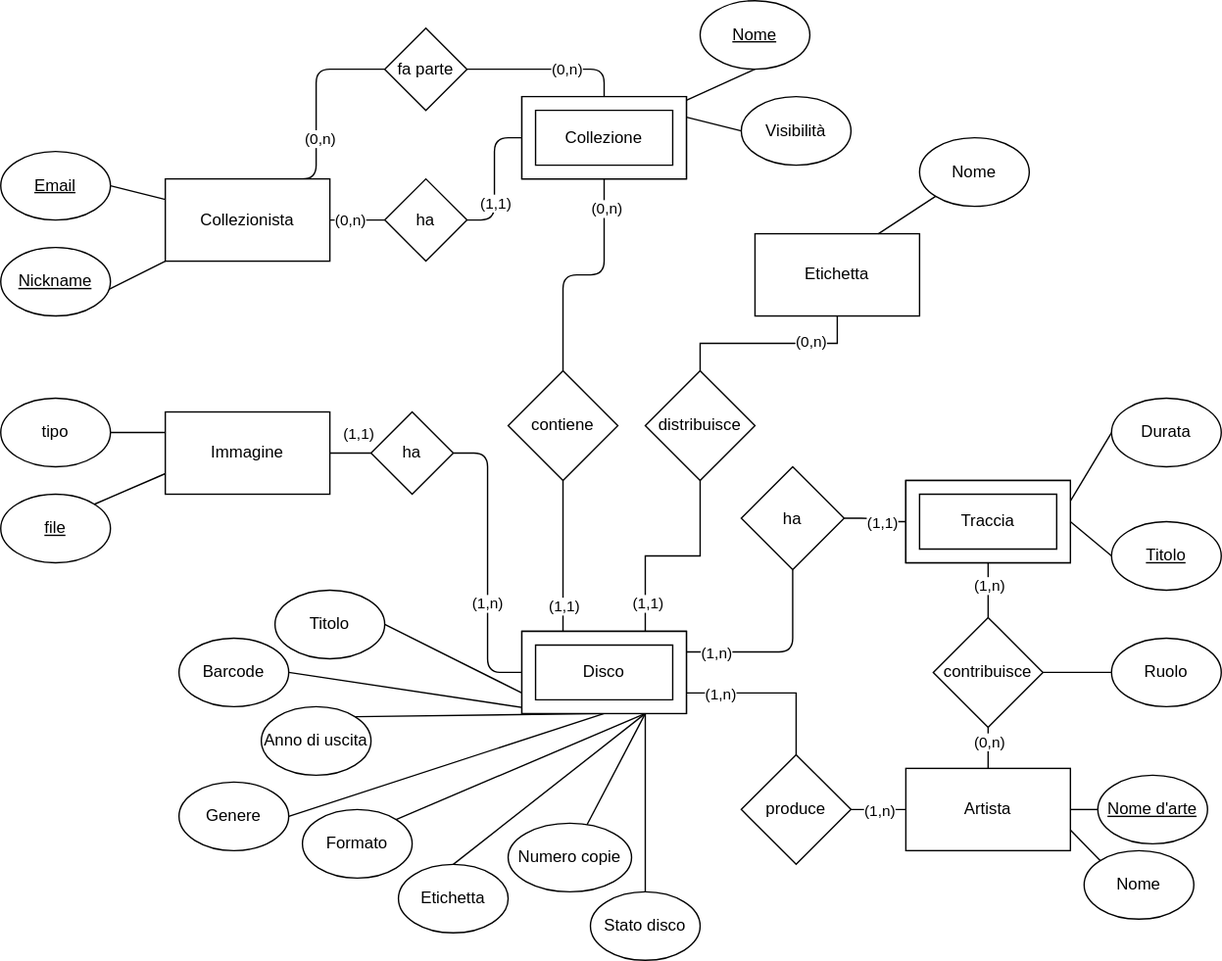
The draw.io diagram submission/conceptual-er.drawio.svg in Specy/uni-bd-collectors, before a commit. Source tidied: cells renumbered, new cells last; positions are measured from the earlier drawing's top-left corner, leaving out a move shared by most shapes.
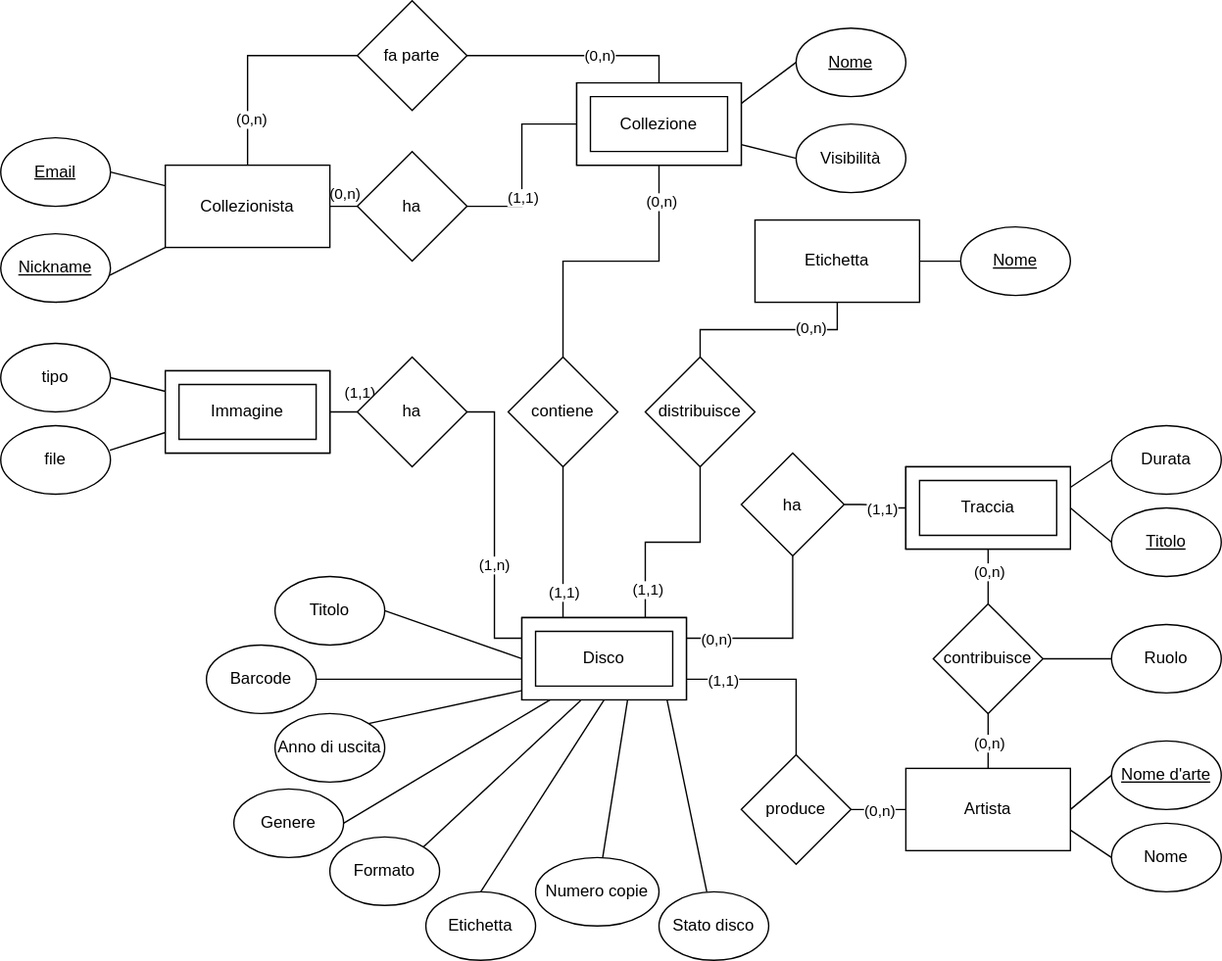
The same file after the commit.

The edit, as a diff of the source:
```diff
@@ -4,3 +4,3 @@
     <mxCell id="1" parent="0" />
-    <mxCell id="2" style="edgeStyle=orthogonalEdgeStyle;jettySize=auto;html=1;exitX=1;exitY=0.5;exitDx=0;exitDy=0;endArrow=none;endFill=0;" parent="1" edge="1" source="6" target="52">
+    <mxCell id="2" style="edgeStyle=orthogonalEdgeStyle;jettySize=auto;html=1;exitX=1;exitY=0.5;exitDx=0;exitDy=0;endArrow=none;endFill=0;rounded=0;" parent="1" edge="1" source="6" target="52">
       <mxGeometry relative="1" as="geometry" />
@@ -8,8 +8,11 @@
     <mxCell id="3" value="(0,n)" style="edgeLabel;html=1;align=center;verticalAlign=middle;" parent="2" vertex="1">
-      <mxGeometry x="-0.29" y="1" relative="1" as="geometry" />
+      <mxGeometry x="-0.29" y="1" relative="1" as="geometry">
+        <mxPoint x="-9" y="-11" as="offset" />
+      </mxGeometry>
     </mxCell>
-    <mxCell id="4" style="edgeStyle=orthogonalEdgeStyle;jettySize=auto;html=1;exitX=0.75;exitY=0;exitDx=0;exitDy=0;entryX=0;entryY=0.5;entryDx=0;entryDy=0;shadow=0;fillOpacity=100;strokeOpacity=100;flowAnimation=0;noJump=0;enumerate=0;comic=0;backgroundOutline=0;endArrow=none;endFill=0;" parent="1" edge="1" source="6" target="55">
+    <mxCell id="4" style="edgeStyle=orthogonalEdgeStyle;jettySize=auto;html=1;exitX=0.75;exitY=0;exitDx=0;exitDy=0;entryX=0;entryY=0.5;entryDx=0;entryDy=0;shadow=0;fillOpacity=100;strokeOpacity=100;flowAnimation=0;noJump=0;enumerate=0;comic=0;backgroundOutline=0;endArrow=none;endFill=0;rounded=0;" parent="1" edge="1" source="6" target="55">
       <mxGeometry relative="1" as="geometry">
         <Array as="points">
-          <mxPoint x="230" y="50" />
+          <mxPoint x="180" y="130" />
+          <mxPoint x="180" y="50" />
         </Array>
@@ -35,3 +38,3 @@
     </mxCell>
-    <mxCell id="11" style="rounded=0;jettySize=auto;html=1;exitX=0.5;exitY=1;exitDx=0;exitDy=0;endArrow=none;endFill=0;" parent="1" edge="1" source="12" target="15">
+    <mxCell id="11" style="rounded=0;jettySize=auto;html=1;exitX=0;exitY=0.5;exitDx=0;exitDy=0;endArrow=none;endFill=0;entryX=0;entryY=0;entryDx=119.99999999999999;entryDy=14.999999999999998;entryPerimeter=0;" parent="1" edge="1" source="12" target="79">
       <mxGeometry relative="1" as="geometry" />
@@ -39,5 +42,5 @@
     <mxCell id="12" value="&lt;u&gt;Nome&lt;/u&gt;" style="ellipse;whiteSpace=wrap;html=1;rounded=0;" parent="1" vertex="1">
-      <mxGeometry x="510" width="80" height="50" as="geometry" />
+      <mxGeometry x="580" y="30" width="80" height="50" as="geometry" />
     </mxCell>
-    <mxCell id="13" style="edgeStyle=orthogonalEdgeStyle;jettySize=auto;html=1;exitX=0.5;exitY=1;exitDx=0;exitDy=0;entryX=0.5;entryY=0;entryDx=0;entryDy=0;endArrow=none;endFill=0;" parent="1" edge="1" source="15" target="49">
+    <mxCell id="13" style="edgeStyle=orthogonalEdgeStyle;jettySize=auto;html=1;exitX=0.5;exitY=1;exitDx=0;exitDy=0;entryX=0.5;entryY=0;entryDx=0;entryDy=0;endArrow=none;endFill=0;rounded=0;" parent="1" edge="1" source="15" target="49">
       <mxGeometry relative="1" as="geometry" />
@@ -48,29 +51,29 @@
     <mxCell id="15" value="Collezione" style="rounded=0;whiteSpace=wrap;html=1;" parent="1" vertex="1">
-      <mxGeometry x="380" y="70" width="120" height="60" as="geometry" />
+      <mxGeometry x="420" y="70" width="120" height="60" as="geometry" />
     </mxCell>
     <mxCell id="16" value="Immagine" style="rounded=0;whiteSpace=wrap;html=1;" parent="1" vertex="1">
-      <mxGeometry x="120" y="300" width="120" height="60" as="geometry" />
+      <mxGeometry x="120" y="280" width="120" height="60" as="geometry" />
     </mxCell>
-    <mxCell id="17" style="jettySize=auto;html=1;endArrow=none;endFill=0;exitX=0.75;exitY=1;exitDx=0;exitDy=0;" parent="1" edge="1" source="27" target="36">
+    <mxCell id="17" style="jettySize=auto;html=1;endArrow=none;endFill=0;exitX=0.881;exitY=0.987;exitDx=0;exitDy=0;exitPerimeter=0;" parent="1" edge="1" source="82" target="36">
       <mxGeometry relative="1" as="geometry" />
     </mxCell>
-    <mxCell id="18" style="jettySize=auto;html=1;exitX=0.5;exitY=1;exitDx=0;exitDy=0;entryX=1;entryY=0;entryDx=0;entryDy=0;endArrow=none;endFill=0;" parent="1" edge="1" source="27" target="35">
+    <mxCell id="18" style="jettySize=auto;html=1;exitX=0.01;exitY=0.883;exitDx=0;exitDy=0;entryX=1;entryY=0;entryDx=0;entryDy=0;endArrow=none;endFill=0;exitPerimeter=0;" parent="1" edge="1" source="82" target="35">
       <mxGeometry relative="1" as="geometry" />
     </mxCell>
-    <mxCell id="19" style="jettySize=auto;html=1;exitX=0.25;exitY=1;exitDx=0;exitDy=0;entryX=1;entryY=0.5;entryDx=0;entryDy=0;endArrow=none;endFill=0;" parent="1" edge="1" source="27" target="34">
+    <mxCell id="19" style="jettySize=auto;html=1;exitX=0;exitY=0;exitDx=0;exitDy=45;entryX=1;entryY=0.5;entryDx=0;entryDy=0;endArrow=none;endFill=0;exitPerimeter=0;" parent="1" edge="1" source="82" target="34">
       <mxGeometry relative="1" as="geometry" />
     </mxCell>
-    <mxCell id="20" style="jettySize=auto;html=1;exitX=0.5;exitY=1;exitDx=0;exitDy=0;entryX=1;entryY=0.5;entryDx=0;entryDy=0;endArrow=none;endFill=0;" parent="1" edge="1" source="27" target="31">
+    <mxCell id="20" style="jettySize=auto;html=1;exitX=0.197;exitY=0.969;exitDx=0;exitDy=0;entryX=1;entryY=0.5;entryDx=0;entryDy=0;endArrow=none;endFill=0;exitPerimeter=0;" parent="1" edge="1" source="82" target="31">
       <mxGeometry relative="1" as="geometry" />
     </mxCell>
-    <mxCell id="21" style="jettySize=auto;html=1;exitX=0.75;exitY=1;exitDx=0;exitDy=0;entryX=1;entryY=0;entryDx=0;entryDy=0;endArrow=none;endFill=0;" parent="1" edge="1" source="27" target="32">
+    <mxCell id="21" style="jettySize=auto;html=1;exitX=0.358;exitY=1.006;exitDx=0;exitDy=0;entryX=1;entryY=0;entryDx=0;entryDy=0;endArrow=none;endFill=0;exitPerimeter=0;" parent="1" edge="1" source="82" target="32">
       <mxGeometry relative="1" as="geometry" />
     </mxCell>
-    <mxCell id="22" style="jettySize=auto;html=1;exitX=0;exitY=0.75;exitDx=0;exitDy=0;entryX=1;entryY=0.5;entryDx=0;entryDy=0;endArrow=none;endFill=0;" parent="1" edge="1" source="27" target="33">
+    <mxCell id="22" style="jettySize=auto;html=1;exitX=0;exitY=0.5;exitDx=0;exitDy=0;entryX=1;entryY=0.5;entryDx=0;entryDy=0;endArrow=none;endFill=0;exitPerimeter=0;" parent="1" edge="1" source="82" target="33">
       <mxGeometry relative="1" as="geometry" />
     </mxCell>
-    <mxCell id="23" style="edgeStyle=orthogonalEdgeStyle;jettySize=auto;html=1;exitX=0;exitY=0;exitDx=120;exitDy=15;endArrow=none;endFill=0;exitPerimeter=0;" parent="1" edge="1" source="82" target="46">
+    <mxCell id="23" style="edgeStyle=orthogonalEdgeStyle;jettySize=auto;html=1;exitX=0;exitY=0;exitDx=120;exitDy=15;endArrow=none;endFill=0;exitPerimeter=0;rounded=0;" parent="1" edge="1" source="82" target="46">
       <mxGeometry relative="1" as="geometry" />
     </mxCell>
-    <mxCell id="24" value="(1,n)" style="edgeLabel;html=1;align=center;verticalAlign=middle;" parent="23" vertex="1">
+    <mxCell id="24" value="(0,n)" style="edgeLabel;html=1;align=center;verticalAlign=middle;" parent="23" vertex="1">
       <mxGeometry x="-0.69" relative="1" as="geometry" />
@@ -80,3 +83,3 @@
     </mxCell>
-    <mxCell id="26" value="(1,n)" style="edgeLabel;html=1;align=center;verticalAlign=middle;" parent="25" vertex="1">
+    <mxCell id="26" value="(1,1)" style="edgeLabel;html=1;align=center;verticalAlign=middle;" parent="25" vertex="1">
       <mxGeometry x="-0.61" relative="1" as="geometry" />
@@ -89,3 +92,3 @@
     </mxCell>
-    <mxCell id="29" value="(1,n)" style="edgeLabel;html=1;align=center;verticalAlign=middle;" parent="28" vertex="1">
+    <mxCell id="29" value="(0,n)" style="edgeLabel;html=1;align=center;verticalAlign=middle;" parent="28" vertex="1">
       <mxGeometry x="-0.2" relative="1" as="geometry" />
@@ -96,6 +99,6 @@
     <mxCell id="31" value="Genere" style="ellipse;whiteSpace=wrap;html=1;rounded=0;" parent="1" vertex="1">
-      <mxGeometry x="130" y="570" width="80" height="50" as="geometry" />
+      <mxGeometry x="170" y="585" width="80" height="50" as="geometry" />
     </mxCell>
     <mxCell id="32" value="Formato" style="ellipse;whiteSpace=wrap;html=1;rounded=0;" parent="1" vertex="1">
-      <mxGeometry x="220" y="590" width="80" height="50" as="geometry" />
+      <mxGeometry x="240" y="620" width="80" height="50" as="geometry" />
     </mxCell>
@@ -105,11 +108,11 @@
     <mxCell id="34" value="Barcode" style="ellipse;whiteSpace=wrap;html=1;rounded=0;" parent="1" vertex="1">
-      <mxGeometry x="130" y="465" width="80" height="50" as="geometry" />
+      <mxGeometry x="150" y="480" width="80" height="50" as="geometry" />
     </mxCell>
     <mxCell id="35" value="Anno di uscita" style="ellipse;whiteSpace=wrap;html=1;rounded=0;" parent="1" vertex="1">
-      <mxGeometry x="190" y="515" width="80" height="50" as="geometry" />
+      <mxGeometry x="200" y="530" width="80" height="50" as="geometry" />
     </mxCell>
     <mxCell id="36" value="Stato disco" style="ellipse;whiteSpace=wrap;html=1;rounded=0;" parent="1" vertex="1">
-      <mxGeometry x="430" y="650" width="80" height="50" as="geometry" />
+      <mxGeometry x="480" y="660" width="80" height="50" as="geometry" />
     </mxCell>
-    <mxCell id="37" style="jettySize=auto;html=1;exitX=0.75;exitY=1;exitDx=0;exitDy=0;entryX=0.5;entryY=0;entryDx=0;entryDy=0;endArrow=none;endFill=0;" parent="1" edge="1" source="27" target="38">
+    <mxCell id="37" style="jettySize=auto;html=1;exitX=0.5;exitY=1;exitDx=0;exitDy=0;entryX=0.5;entryY=0;entryDx=0;entryDy=0;endArrow=none;endFill=0;exitPerimeter=0;" parent="1" edge="1" source="82" target="38">
       <mxGeometry relative="1" as="geometry" />
@@ -117,5 +120,5 @@
     <mxCell id="38" value="Etichetta" style="ellipse;whiteSpace=wrap;html=1;rounded=0;" parent="1" vertex="1">
-      <mxGeometry x="290" y="630" width="80" height="50" as="geometry" />
+      <mxGeometry x="310" y="660" width="80" height="50" as="geometry" />
     </mxCell>
-    <mxCell id="39" style="edgeStyle=orthogonalEdgeStyle;jettySize=auto;html=1;exitX=1;exitY=0.5;exitDx=0;exitDy=0;entryX=0;entryY=0.5;entryDx=0;entryDy=0;endArrow=none;endFill=0;" parent="1" edge="1" source="43" target="27">
+    <mxCell id="39" style="edgeStyle=orthogonalEdgeStyle;jettySize=auto;html=1;exitX=1;exitY=0.5;exitDx=0;exitDy=0;entryX=0;entryY=0;entryDx=0;entryDy=15;endArrow=none;endFill=0;rounded=0;entryPerimeter=0;" parent="1" edge="1" source="43" target="82">
       <mxGeometry relative="1" as="geometry" />
@@ -136,3 +139,3 @@
     <mxCell id="43" value="ha" style="rhombus;whiteSpace=wrap;html=1;" parent="1" vertex="1">
-      <mxGeometry x="270" y="300" width="60" height="60" as="geometry" />
+      <mxGeometry x="260" y="270" width="80" height="80" as="geometry" />
     </mxCell>
@@ -160,3 +163,3 @@
     </mxCell>
-    <mxCell id="50" style="edgeStyle=orthogonalEdgeStyle;jettySize=auto;html=1;exitX=1;exitY=0.5;exitDx=0;exitDy=0;entryX=0;entryY=0.5;entryDx=0;entryDy=0;endArrow=none;endFill=0;" parent="1" edge="1" source="52" target="15">
+    <mxCell id="50" style="edgeStyle=orthogonalEdgeStyle;jettySize=auto;html=1;exitX=1;exitY=0.5;exitDx=0;exitDy=0;entryX=0;entryY=0.5;entryDx=0;entryDy=0;endArrow=none;endFill=0;rounded=0;" parent="1" edge="1" source="52" target="15">
       <mxGeometry relative="1" as="geometry" />
@@ -167,5 +170,5 @@
     <mxCell id="52" value="ha" style="rhombus;whiteSpace=wrap;html=1;" parent="1" vertex="1">
-      <mxGeometry x="280" y="130" width="60" height="60" as="geometry" />
+      <mxGeometry x="260" y="120" width="80" height="80" as="geometry" />
     </mxCell>
-    <mxCell id="53" style="edgeStyle=orthogonalEdgeStyle;jettySize=auto;html=1;exitX=0.5;exitY=0;exitDx=0;exitDy=0;entryX=1;entryY=0.5;entryDx=0;entryDy=0;endArrow=none;endFill=0;" parent="1" edge="1" source="15" target="55">
+    <mxCell id="53" style="edgeStyle=orthogonalEdgeStyle;jettySize=auto;html=1;exitX=0.5;exitY=0;exitDx=0;exitDy=0;entryX=1;entryY=0.5;entryDx=0;entryDy=0;endArrow=none;endFill=0;rounded=0;" parent="1" edge="1" source="15" target="55">
       <mxGeometry relative="1" as="geometry" />
@@ -176,8 +179,8 @@
     <mxCell id="55" value="fa parte" style="rhombus;whiteSpace=wrap;html=1;" parent="1" vertex="1">
-      <mxGeometry x="280" y="20" width="60" height="60" as="geometry" />
+      <mxGeometry x="260" y="10" width="80" height="80" as="geometry" />
     </mxCell>
     <mxCell id="56" value="Visibilità" style="ellipse;whiteSpace=wrap;html=1;rounded=0;" parent="1" vertex="1">
-      <mxGeometry x="540" y="70" width="80" height="50" as="geometry" />
+      <mxGeometry x="580" y="100" width="80" height="50" as="geometry" />
     </mxCell>
-    <mxCell id="57" style="rounded=0;jettySize=auto;html=1;exitX=0;exitY=0.5;exitDx=0;exitDy=0;endArrow=none;endFill=0;entryX=1;entryY=0.25;entryDx=0;entryDy=0;" parent="1" edge="1" source="56" target="15">
+    <mxCell id="57" style="rounded=0;jettySize=auto;html=1;exitX=0;exitY=0.5;exitDx=0;exitDy=0;endArrow=none;endFill=0;entryX=0;entryY=0;entryDx=119.99999999999999;entryDy=44.99999999999999;entryPerimeter=0;" parent="1" edge="1" source="56" target="79">
       <mxGeometry relative="1" as="geometry" />
@@ -185,5 +188,5 @@
     <mxCell id="58" value="Numero copie" style="ellipse;whiteSpace=wrap;html=1;rounded=0;" parent="1" vertex="1">
-      <mxGeometry x="370" y="600" width="90" height="50" as="geometry" />
+      <mxGeometry x="390" y="635" width="90" height="50" as="geometry" />
     </mxCell>
-    <mxCell id="59" style="jettySize=auto;html=1;exitX=0.75;exitY=1;exitDx=0;exitDy=0;endArrow=none;endFill=0;" parent="1" edge="1" source="27" target="58">
+    <mxCell id="59" style="jettySize=auto;html=1;exitX=0.642;exitY=1.006;exitDx=0;exitDy=0;endArrow=none;endFill=0;exitPerimeter=0;" parent="1" edge="1" source="82" target="58">
       <mxGeometry relative="1" as="geometry" />
@@ -191,3 +194,3 @@
     <mxCell id="60" value="tipo" style="ellipse;whiteSpace=wrap;html=1;rounded=0;" parent="1" vertex="1">
-      <mxGeometry y="290" width="80" height="50" as="geometry" />
+      <mxGeometry y="260" width="80" height="50" as="geometry" />
     </mxCell>
@@ -196,6 +199,6 @@
     </mxCell>
-    <mxCell id="62" value="&lt;u style=&quot;&quot;&gt;file&lt;/u&gt;" style="ellipse;whiteSpace=wrap;html=1;rounded=0;" parent="1" vertex="1">
-      <mxGeometry y="360" width="80" height="50" as="geometry" />
+    <mxCell id="62" value="file" style="ellipse;whiteSpace=wrap;html=1;rounded=0;" parent="1" vertex="1">
+      <mxGeometry y="320" width="80" height="50" as="geometry" />
     </mxCell>
-    <mxCell id="63" style="jettySize=auto;html=1;exitX=0;exitY=0.75;exitDx=0;exitDy=0;entryX=1;entryY=0;entryDx=0;entryDy=0;endArrow=none;endFill=0;" parent="1" edge="1" source="16" target="62">
+    <mxCell id="63" style="jettySize=auto;html=1;exitX=0;exitY=0.75;exitDx=0;exitDy=0;entryX=0.995;entryY=0.358;entryDx=0;entryDy=0;endArrow=none;endFill=0;entryPerimeter=0;" parent="1" edge="1" source="16" target="62">
       <mxGeometry relative="1" as="geometry" />
@@ -203,3 +206,3 @@
     <mxCell id="64" value="Durata" style="ellipse;whiteSpace=wrap;html=1;rounded=0;" parent="1" vertex="1">
-      <mxGeometry x="810" y="290" width="80" height="50" as="geometry" />
+      <mxGeometry x="810" y="320" width="80" height="50" as="geometry" />
     </mxCell>
@@ -215,3 +218,3 @@
     <mxCell id="68" value="Artista" style="rounded=0;whiteSpace=wrap;html=1;" parent="1" vertex="1">
-      <mxGeometry x="660" y="560" width="120" height="60" as="geometry" />
+      <mxGeometry x="660" y="570" width="120" height="60" as="geometry" />
     </mxCell>
@@ -235,5 +238,5 @@
     <mxCell id="74" value="&lt;u&gt;Nome d'arte&lt;/u&gt;" style="ellipse;whiteSpace=wrap;html=1;rounded=0;" parent="1" vertex="1">
-      <mxGeometry x="800" y="565" width="80" height="50" as="geometry" />
+      <mxGeometry x="810" y="550" width="80" height="50" as="geometry" />
     </mxCell>
-    <mxCell id="75" style="jettySize=auto;html=1;exitX=1;exitY=0.75;exitDx=0;exitDy=0;endArrow=none;endFill=0;entryX=0;entryY=0;entryDx=0;entryDy=0;" parent="1" edge="1" source="68" target="80">
+    <mxCell id="75" style="jettySize=auto;html=1;exitX=1;exitY=0.75;exitDx=0;exitDy=0;endArrow=none;endFill=0;entryX=0;entryY=0.5;entryDx=0;entryDy=0;" parent="1" edge="1" source="68" target="80">
       <mxGeometry relative="1" as="geometry" />
@@ -243,3 +246,3 @@
     </mxCell>
-    <mxCell id="77" value="(1,n)" style="edgeLabel;html=1;align=center;verticalAlign=middle;" parent="76" vertex="1">
+    <mxCell id="77" value="(0,n)" style="edgeLabel;html=1;align=center;verticalAlign=middle;" parent="76" vertex="1">
       <mxGeometry x="0.22" relative="1" as="geometry">
@@ -249,9 +252,9 @@
     <mxCell id="78" value="produce" style="rhombus;whiteSpace=wrap;html=1;rounded=0;" parent="1" vertex="1">
-      <mxGeometry x="540" y="550" width="80" height="80" as="geometry" />
+      <mxGeometry x="540" y="560" width="80" height="80" as="geometry" />
     </mxCell>
     <mxCell id="79" style="verticalLabelPosition=bottom;verticalAlign=top;html=1;shape=mxgraph.basic.frame;dx=10;whiteSpace=wrap;" parent="1" vertex="1">
-      <mxGeometry x="380" y="70" width="120" height="60" as="geometry" />
+      <mxGeometry x="420" y="70" width="120" height="60" as="geometry" />
     </mxCell>
     <mxCell id="80" value="Nome" style="ellipse;whiteSpace=wrap;html=1;rounded=0;" parent="1" vertex="1">
-      <mxGeometry x="790" y="620" width="80" height="50" as="geometry" />
+      <mxGeometry x="810" y="610" width="80" height="50" as="geometry" />
     </mxCell>
@@ -275,6 +278,6 @@
     </mxCell>
-    <mxCell id="87" value="Nome" style="ellipse;whiteSpace=wrap;html=1;rounded=0;" parent="1" vertex="1">
-      <mxGeometry x="670" y="100" width="80" height="50" as="geometry" />
+    <mxCell id="87" value="&lt;u&gt;Nome&lt;/u&gt;" style="ellipse;whiteSpace=wrap;html=1;rounded=0;" parent="1" vertex="1">
+      <mxGeometry x="700" y="175" width="80" height="50" as="geometry" />
     </mxCell>
-    <mxCell id="88" style="jettySize=auto;html=1;exitX=0.75;exitY=0;exitDx=0;exitDy=0;endArrow=none;endFill=0;entryX=0;entryY=1;entryDx=0;entryDy=0;" parent="1" edge="1" source="86" target="87">
+    <mxCell id="88" style="jettySize=auto;html=1;exitX=1;exitY=0.5;exitDx=0;exitDy=0;endArrow=none;endFill=0;entryX=0;entryY=0.5;entryDx=0;entryDy=0;" parent="1" edge="1" source="86" target="87">
       <mxGeometry relative="1" as="geometry" />
@@ -290,2 +293,5 @@
     </mxCell>
+    <mxCell id="92" style="verticalLabelPosition=bottom;verticalAlign=top;html=1;shape=mxgraph.basic.frame;dx=10;whiteSpace=wrap;" parent="1" vertex="1">
+      <mxGeometry x="120" y="280" width="120" height="60" as="geometry" />
+    </mxCell>
   </root>
```
